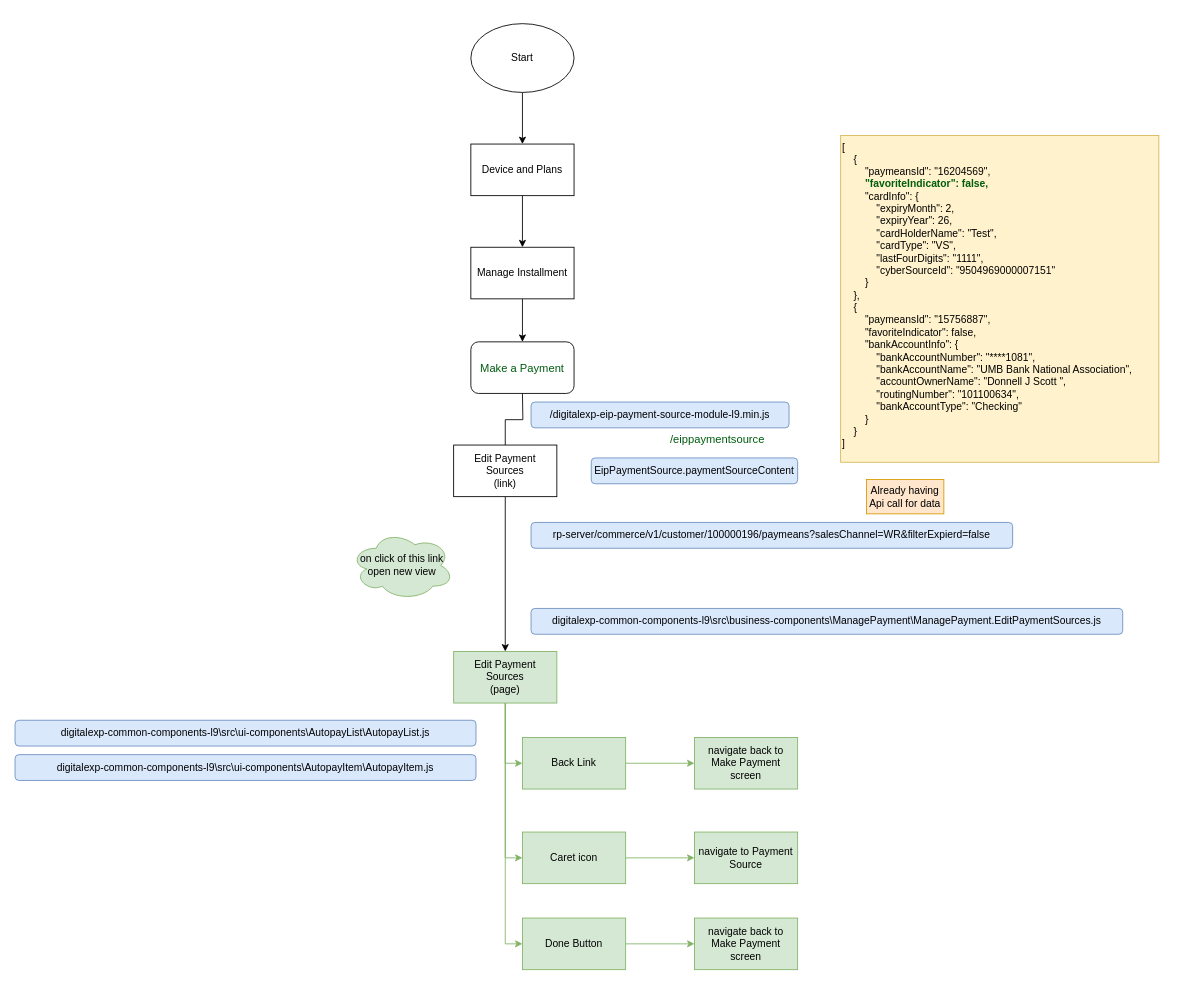
This is USCC-23258.drawio from PratikBali/flowchart, a draw.io file, before an edit. Source tidied: cells renumbered, new cells numbered last; positions are measured from the earlier drawing's top-left corner, leaving out a move shared by most shapes. Both pictures are drawn from the tidied source at 86%, with x=0, y=0 at pixel (15, 23).
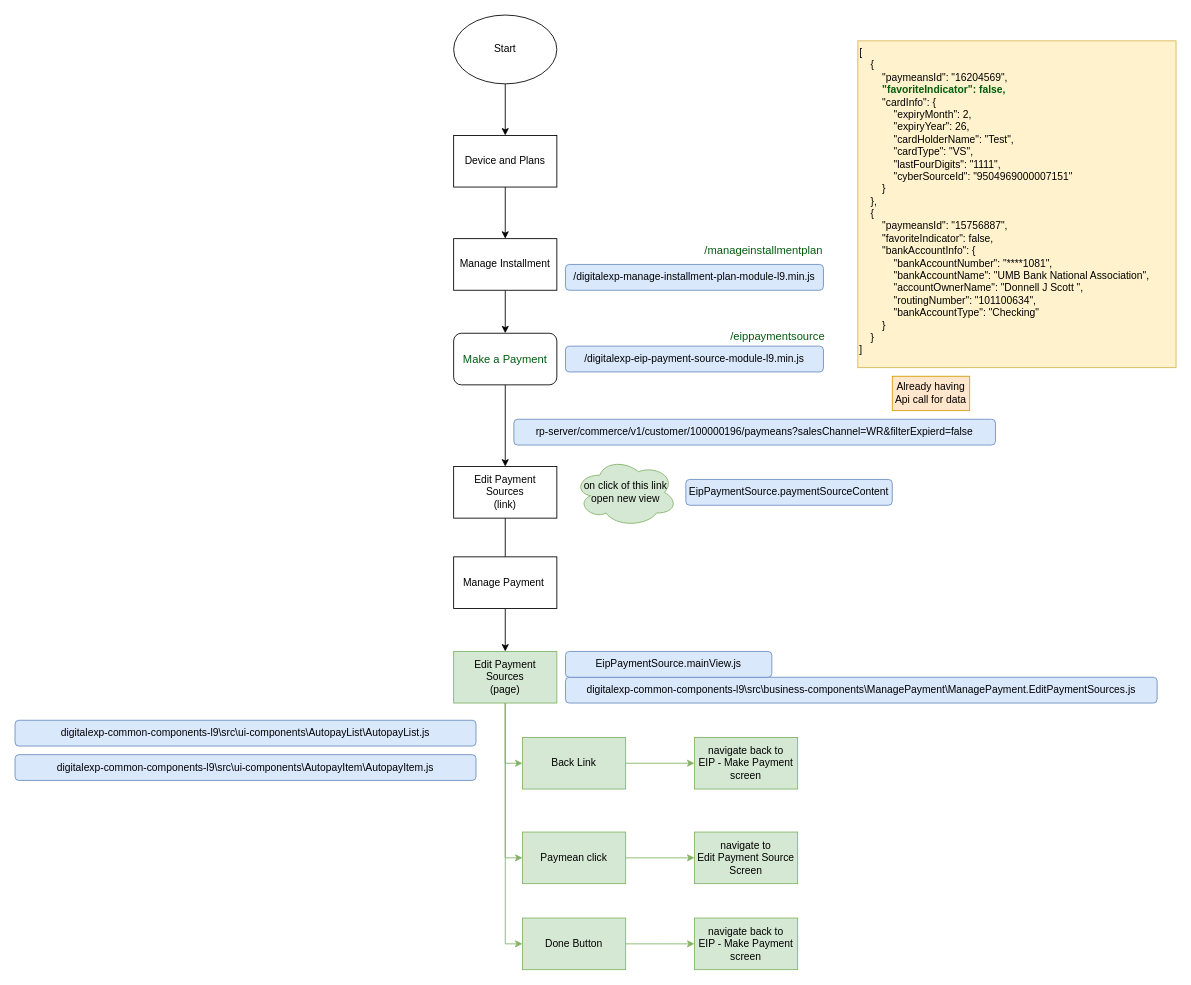
After the change.

The change refers to these unchanged cells:
```xml
<mxCell id="13" value="Edit Payment Sources&lt;br&gt;(page)" style="whiteSpace=wrap;html=1;rounded=0;fillColor=#d5e8d4;strokeColor=#82b366;" parent="1" vertex="1">
  <mxGeometry x="510" y="730" width="120" height="60" as="geometry" />
</mxCell>
<mxCell id="20" value="Done Button" style="whiteSpace=wrap;html=1;rounded=0;fillColor=#d5e8d4;strokeColor=#82b366;" parent="1" vertex="1">
  <mxGeometry x="590" y="1040" width="120" height="60" as="geometry" />
</mxCell>
```

Change to the diagram source:
```diff
@@
     <mxCell id="3" value="Start" style="ellipse;whiteSpace=wrap;html=1;" parent="1" vertex="1">
-      <mxGeometry x="530" width="120" height="80" as="geometry" />
+      <mxGeometry x="510" y="-10" width="120" height="80" as="geometry" />
     </mxCell>
-    <mxCell id="4" style="edgeStyle=orthogonalEdgeStyle;rounded=0;jettySize=auto;html=1;startArrow=none;entryX=0.5;entryY=0;entryDx=0;entryDy=0;" parent="1" edge="1" source="31" target="13">
+    <mxCell id="4" style="edgeStyle=orthogonalEdgeStyle;rounded=0;jettySize=auto;html=1;startArrow=none;entryX=0.5;entryY=0;entryDx=0;entryDy=0;" parent="1" edge="1" source="41" target="13">
       <mxGeometry relative="1" as="geometry" />
     </mxCell>
     <mxCell id="5" value="/digitalexp-eip-payment-source-module-l9.min.js" style="rounded=1;whiteSpace=wrap;html=1;labelBackgroundColor=none;fillColor=#dae8fc;strokeColor=#6c8ebf;" parent="1" vertex="1">
-      <mxGeometry x="600" y="440" width="300" height="30" as="geometry" />
+      <mxGeometry x="640" y="375" width="300" height="30" as="geometry" />
     </mxCell>
     <mxCell id="6" value="EipPaymentSource.paymentSourceContent" style="rounded=1;whiteSpace=wrap;html=1;labelBackgroundColor=none;fillColor=#dae8fc;strokeColor=#6c8ebf;" parent="1" vertex="1">
-      <mxGeometry x="670" y="505" width="240" height="30" as="geometry" />
+      <mxGeometry x="780" y="530" width="240" height="30" as="geometry" />
     </mxCell>
     <mxCell id="7" value="rp-server/commerce/v1/customer/100000196/paymeans?salesChannel=WR&amp;amp;filterExpierd=false" style="rounded=1;whiteSpace=wrap;html=1;labelBackgroundColor=none;fillColor=#dae8fc;strokeColor=#6c8ebf;" parent="1" vertex="1">
-      <mxGeometry x="600" y="580" width="560" height="30" as="geometry" />
+      <mxGeometry x="580" y="460" width="560" height="30" as="geometry" />
     </mxCell>
     <mxCell id="8" value="Already having Api call for data" style="rounded=0;whiteSpace=wrap;html=1;labelBackgroundColor=none;fillColor=#ffe6cc;strokeColor=#d79b00;" parent="1" vertex="1">
-      <mxGeometry x="990" y="530" width="90" height="40" as="geometry" />
+      <mxGeometry x="1020" y="410" width="90" height="40" as="geometry" />
     </mxCell>
     <mxCell id="9" value="on click of this link open new view" style="ellipse;shape=cloud;whiteSpace=wrap;html=1;rounded=0;labelBackgroundColor=none;fillColor=#d5e8d4;strokeColor=#82b366;" parent="1" vertex="1">
-      <mxGeometry x="390" y="590" width="120" height="80" as="geometry" />
+      <mxGeometry x="650" y="505" width="120" height="80" as="geometry" />
     </mxCell>
@@
     <mxCell id="14" value="[&lt;br&gt;&amp;nbsp; &amp;nbsp; {&lt;br&gt;&amp;nbsp; &amp;nbsp; &amp;nbsp; &amp;nbsp; &quot;paymeansId&quot;: &quot;16204569&quot;,&lt;br&gt;&lt;b&gt;&lt;font color=&quot;#005c0f&quot;&gt;&amp;nbsp; &amp;nbsp; &amp;nbsp; &amp;nbsp; &quot;favoriteIndicator&quot;: false,&lt;br&gt;&lt;/font&gt;&lt;/b&gt;&amp;nbsp; &amp;nbsp; &amp;nbsp; &amp;nbsp; &quot;cardInfo&quot;: {&lt;br&gt;&amp;nbsp; &amp;nbsp; &amp;nbsp; &amp;nbsp; &amp;nbsp; &amp;nbsp; &quot;expiryMonth&quot;: 2,&lt;br&gt;&amp;nbsp; &amp;nbsp; &amp;nbsp; &amp;nbsp; &amp;nbsp; &amp;nbsp; &quot;expiryYear&quot;: 26,&lt;br&gt;&amp;nbsp; &amp;nbsp; &amp;nbsp; &amp;nbsp; &amp;nbsp; &amp;nbsp; &quot;cardHolderName&quot;: &quot;Test&quot;,&lt;br&gt;&amp;nbsp; &amp;nbsp; &amp;nbsp; &amp;nbsp; &amp;nbsp; &amp;nbsp; &quot;cardType&quot;: &quot;VS&quot;,&lt;br&gt;&amp;nbsp; &amp;nbsp; &amp;nbsp; &amp;nbsp; &amp;nbsp; &amp;nbsp; &quot;lastFourDigits&quot;: &quot;1111&quot;,&lt;br&gt;&amp;nbsp; &amp;nbsp; &amp;nbsp; &amp;nbsp; &amp;nbsp; &amp;nbsp; &quot;cyberSourceId&quot;: &quot;9504969000007151&quot;&lt;br&gt;&amp;nbsp; &amp;nbsp; &amp;nbsp; &amp;nbsp; }&lt;br&gt;&amp;nbsp; &amp;nbsp; },&lt;br&gt;&amp;nbsp; &amp;nbsp; {&lt;br&gt;&amp;nbsp; &amp;nbsp; &amp;nbsp; &amp;nbsp; &quot;paymeansId&quot;: &quot;15756887&quot;,&lt;br&gt;&amp;nbsp; &amp;nbsp; &amp;nbsp; &amp;nbsp; &quot;favoriteIndicator&quot;: false,&lt;br&gt;&amp;nbsp; &amp;nbsp; &amp;nbsp; &amp;nbsp; &quot;bankAccountInfo&quot;: {&lt;br&gt;&amp;nbsp; &amp;nbsp; &amp;nbsp; &amp;nbsp; &amp;nbsp; &amp;nbsp; &quot;bankAccountNumber&quot;: &quot;****1081&quot;,&lt;br&gt;&amp;nbsp; &amp;nbsp; &amp;nbsp; &amp;nbsp; &amp;nbsp; &amp;nbsp; &quot;bankAccountName&quot;: &quot;UMB Bank National Association&quot;,&lt;br&gt;&amp;nbsp; &amp;nbsp; &amp;nbsp; &amp;nbsp; &amp;nbsp; &amp;nbsp; &quot;accountOwnerName&quot;: &quot;Donnell J Scott &quot;,&lt;br&gt;&amp;nbsp; &amp;nbsp; &amp;nbsp; &amp;nbsp; &amp;nbsp; &amp;nbsp; &quot;routingNumber&quot;: &quot;101100634&quot;,&lt;br&gt;&amp;nbsp; &amp;nbsp; &amp;nbsp; &amp;nbsp; &amp;nbsp; &amp;nbsp; &quot;bankAccountType&quot;: &quot;Checking&quot;&lt;br&gt;&amp;nbsp; &amp;nbsp; &amp;nbsp; &amp;nbsp; }&lt;br&gt;&amp;nbsp; &amp;nbsp; }&lt;br&gt;]" style="text;whiteSpace=wrap;html=1;fillColor=#fff2cc;strokeColor=#d6b656;" parent="1" vertex="1">
-      <mxGeometry x="960" y="130" width="370" height="380" as="geometry" />
+      <mxGeometry x="980" y="20" width="370" height="380" as="geometry" />
     </mxCell>
@@
-    <mxCell id="18" value="Caret icon" style="whiteSpace=wrap;html=1;rounded=0;fillColor=#d5e8d4;strokeColor=#82b366;" parent="1" vertex="1">
+    <mxCell id="18" value="Paymean click" style="whiteSpace=wrap;html=1;rounded=0;fillColor=#d5e8d4;strokeColor=#82b366;" parent="1" vertex="1">
       <mxGeometry x="590" y="940" width="120" height="60" as="geometry" />
     </mxCell>
-    <mxCell id="19" style="edgeStyle=orthogonalEdgeStyle;rounded=0;jettySize=auto;html=1;fontColor=#050000;fillColor=#d5e8d4;strokeColor=#82b366;" parent="1" edge="1" source="20" target="23">
-      <mxGeometry relative="1" as="geometry" />
+    <mxCell id="19" style="edgeStyle=orthogonalEdgeStyle;rounded=0;jettySize=auto;html=1;fontColor=#050000;fillColor=#d5e8d4;strokeColor=#82b366;" parent="1" edge="1" source="20">
+      <mxGeometry relative="1" as="geometry">
+        <mxPoint x="790" y="1070" as="targetPoint" />
+      </mxGeometry>
     </mxCell>
@@
-    <mxCell id="21" value="navigate back to Make Payment screen" style="whiteSpace=wrap;html=1;rounded=0;fillColor=#d5e8d4;strokeColor=#82b366;" parent="1" vertex="1">
+    <mxCell id="21" value="navigate back to&lt;br&gt;EIP - Make Payment&lt;br&gt;screen" style="whiteSpace=wrap;html=1;rounded=0;fillColor=#d5e8d4;strokeColor=#82b366;" parent="1" vertex="1">
       <mxGeometry x="790" y="830" width="120" height="60" as="geometry" />
     </mxCell>
-    <mxCell id="22" value="navigate to Payment Source" style="whiteSpace=wrap;html=1;rounded=0;fillColor=#d5e8d4;strokeColor=#82b366;" parent="1" vertex="1">
+    <mxCell id="22" value="navigate to &lt;br&gt;Edit Payment Source&lt;br&gt;Screen" style="whiteSpace=wrap;html=1;rounded=0;fillColor=#d5e8d4;strokeColor=#82b366;" parent="1" vertex="1">
       <mxGeometry x="790" y="940" width="120" height="60" as="geometry" />
     </mxCell>
-    <mxCell id="23" value="navigate back to Make Payment screen" style="whiteSpace=wrap;html=1;rounded=0;fillColor=#d5e8d4;strokeColor=#82b366;" parent="1" vertex="1">
-      <mxGeometry x="790" y="1040" width="120" height="60" as="geometry" />
-    </mxCell>
     <mxCell id="24" value="&lt;font style=&quot;font-size: 13px;&quot;&gt;/eippaymentsource&lt;/font&gt;" style="text;whiteSpace=wrap;html=1;fontSize=23;fontColor=#005C0F;" parent="1" vertex="1">
-      <mxGeometry x="760" y="460" width="180" height="50" as="geometry" />
+      <mxGeometry x="830" y="340" width="180" height="50" as="geometry" />
     </mxCell>
+    <mxCell id="35" style="edgeStyle=orthogonalEdgeStyle;rounded=0;jettySize=auto;html=1;" parent="1" edge="1" source="25" target="31">
+      <mxGeometry relative="1" as="geometry" />
+    </mxCell>
     <mxCell id="25" value="Make a Payment" style="rounded=1;whiteSpace=wrap;html=1;labelBackgroundColor=none;strokeColor=default;fontSize=13;fontColor=#005C0F;fillColor=default;" parent="1" vertex="1">
-      <mxGeometry x="530" y="370" width="120" height="60" as="geometry" />
+      <mxGeometry x="510" y="360" width="120" height="60" as="geometry" />
     </mxCell>
@@
     <mxCell id="27" value="Device and Plans" style="whiteSpace=wrap;html=1;" parent="1" vertex="1">
-      <mxGeometry x="530" y="140" width="120" height="60" as="geometry" />
+      <mxGeometry x="510" y="130" width="120" height="60" as="geometry" />
     </mxCell>
@@
     <mxCell id="29" value="Manage Installment" style="whiteSpace=wrap;html=1;" parent="1" vertex="1">
-      <mxGeometry x="530" y="260" width="120" height="60" as="geometry" />
+      <mxGeometry x="510" y="250" width="120" height="60" as="geometry" />
     </mxCell>
-    <mxCell id="30" style="edgeStyle=orthogonalEdgeStyle;rounded=0;jettySize=auto;html=1;endArrow=none;" parent="1" edge="1" target="31">
-      <mxGeometry relative="1" as="geometry">
-        <mxPoint x="590" y="430" as="sourcePoint" />
-      </mxGeometry>
-    </mxCell>
     <mxCell id="31" value="Edit Payment Sources&lt;br&gt;(link)" style="whiteSpace=wrap;html=1;rounded=0;" parent="1" vertex="1">
-      <mxGeometry x="510" y="490" width="120" height="60" as="geometry" />
+      <mxGeometry x="510" y="515" width="120" height="60" as="geometry" />
     </mxCell>
@@
     <mxCell id="34" value="digitalexp-common-components-l9\src\business-components\ManagePayment\ManagePayment.EditPaymentSources.js" style="rounded=1;whiteSpace=wrap;html=1;labelBackgroundColor=none;fillColor=#dae8fc;strokeColor=#6c8ebf;" parent="1" vertex="1">
-      <mxGeometry x="600" y="680" width="688" height="30" as="geometry" />
+      <mxGeometry x="640" y="760" width="688" height="30" as="geometry" />
     </mxCell>
+    <mxCell id="36" value="navigate back to&lt;br&gt;EIP - Make Payment&lt;br&gt;screen" style="whiteSpace=wrap;html=1;rounded=0;fillColor=#d5e8d4;strokeColor=#82b366;" parent="1" vertex="1">
+      <mxGeometry x="790" y="1040" width="120" height="60" as="geometry" />
+    </mxCell>
+    <mxCell id="37" value="&lt;font style=&quot;font-size: 13px;&quot;&gt;/manageinstallmentplan&lt;/font&gt;" style="text;whiteSpace=wrap;html=1;fontSize=23;fontColor=#005C0F;" parent="1" vertex="1">
+      <mxGeometry x="800" y="240" width="180" height="50" as="geometry" />
+    </mxCell>
+    <mxCell id="38" value="/digitalexp-manage-installment-plan-module-l9.min.js" style="rounded=1;whiteSpace=wrap;html=1;labelBackgroundColor=none;fillColor=#dae8fc;strokeColor=#6c8ebf;" parent="1" vertex="1">
+      <mxGeometry x="640" y="280" width="300" height="30" as="geometry" />
+    </mxCell>
+    <mxCell id="39" value="EipPaymentSource.mainView.js" style="rounded=1;whiteSpace=wrap;html=1;labelBackgroundColor=none;fillColor=#dae8fc;strokeColor=#6c8ebf;" parent="1" vertex="1">
+      <mxGeometry x="640" y="730" width="240" height="30" as="geometry" />
+    </mxCell>
+    <mxCell id="40" style="edgeStyle=orthogonalEdgeStyle;rounded=0;jettySize=auto;html=1;startArrow=none;entryX=0.5;entryY=0;entryDx=0;entryDy=0;endArrow=none;" parent="1" edge="1" source="31" target="41">
+      <mxGeometry relative="1" as="geometry" />
+    </mxCell>
+    <mxCell id="41" value="Manage Payment&amp;nbsp;" style="whiteSpace=wrap;html=1;rounded=0;" parent="1" vertex="1">
+      <mxGeometry x="510" y="620" width="120" height="60" as="geometry" />
+    </mxCell>
```
